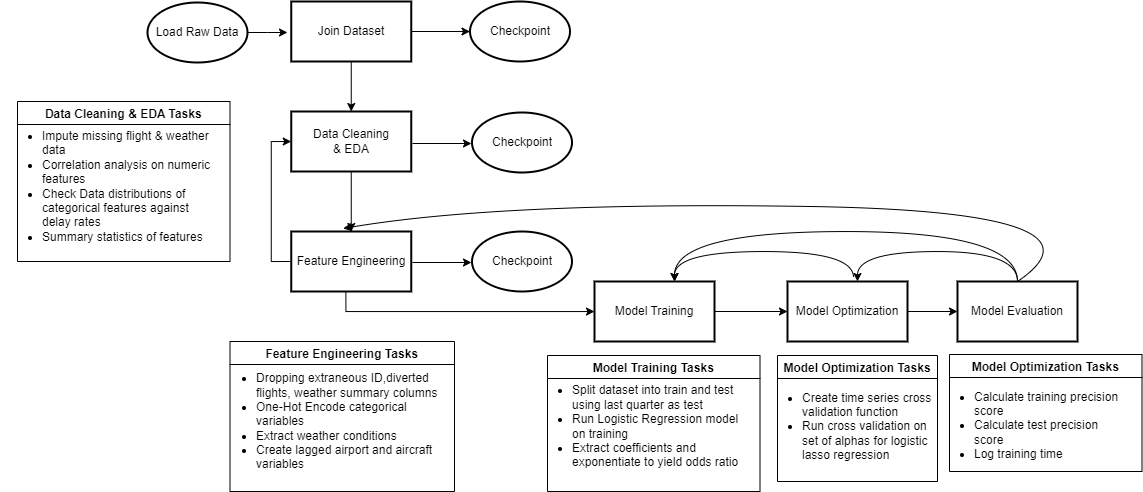
Above: references/modeling_pipeline_phase2.png in jordanfan/W261-Final-Project-3-2 (draw.io), before the change. Source tidied: cells renumbered, new cells last; positions are measured from the earlier drawing's top-left corner, leaving out a move shared by most shapes.
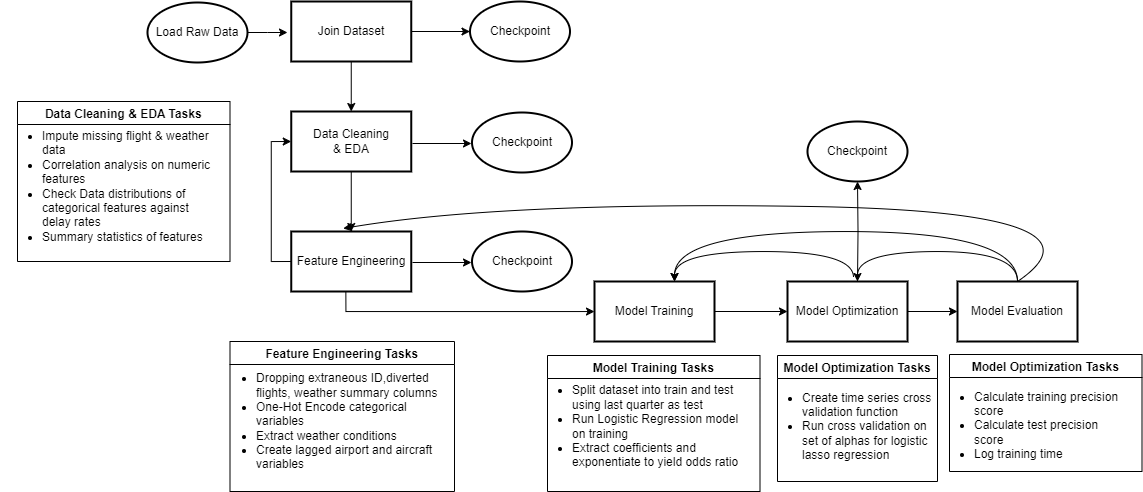
After the commit.

The edit, as a diff of the source:
```diff
@@ -134,5 +134,13 @@
         </Array>
       </mxGeometry>
     </mxCell>
+    <mxCell id="36" value="Checkpoint" style="strokeWidth=2;html=1;shape=mxgraph.flowchart.start_1;whiteSpace=wrap;" parent="1" vertex="1">
+      <mxGeometry x="808" y="120" width="100" height="60" as="geometry" />
+    </mxCell>
+    <mxCell id="37" style="edgeStyle=orthogonalEdgeStyle;rounded=0;jettySize=auto;html=1;entryX=0.5;entryY=1;entryDx=0;entryDy=0;entryPerimeter=0;" parent="1" edge="1" target="36">
+      <mxGeometry relative="1" as="geometry">
+        <mxPoint x="858" y="280" as="sourcePoint" />
+      </mxGeometry>
+    </mxCell>
   </root>
 </mxGraphModel>
```
